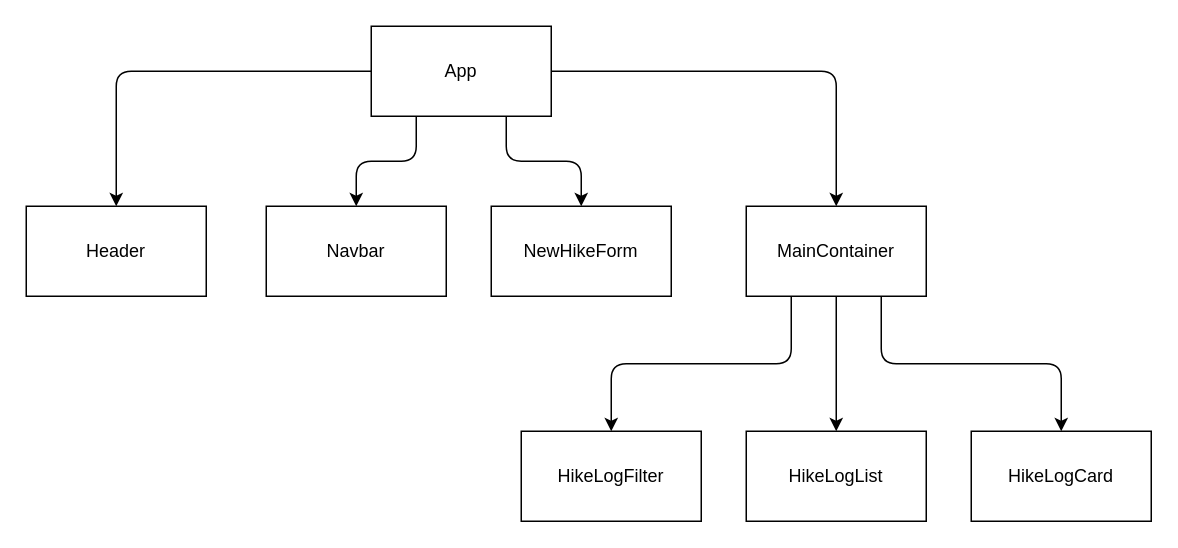
Stelluuh/Phase-2-Project-VentureLog keeps this draw.io diagram as Hierarchy.drawio. Above is the earlier version. Source tidied: cells renumbered, new cells numbered last; positions are measured from the earlier drawing's top-left corner, leaving out a move shared by most shapes. Both pictures are drawn from the tidied source at 150%, with x=0, y=0 at pixel (26, 26).
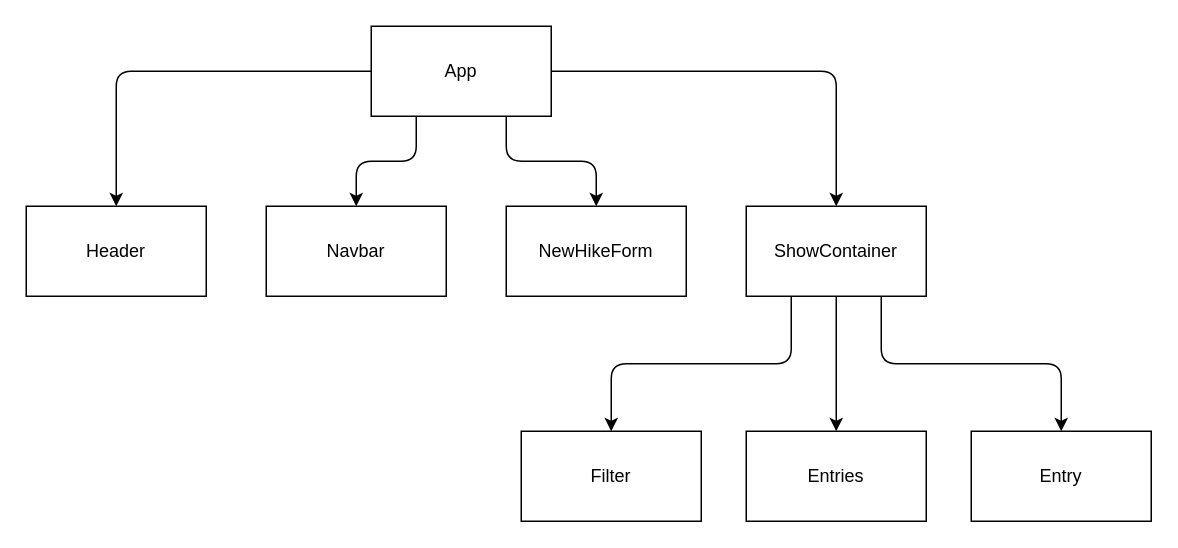
The same diagram, later.

Commit message:
add notes to component hierarchy

Diff of the diagram source:
```diff
@@
 <mxGraphModel>
   <root>
     <mxCell id="0" />
     <mxCell id="1" parent="0" />
     <mxCell id="2" style="edgeStyle=orthogonalEdgeStyle;html=1;exitX=0.25;exitY=1;exitDx=0;exitDy=0;" parent="1" edge="1" source="6" target="8">
       <mxGeometry relative="1" as="geometry" />
     </mxCell>
     <mxCell id="3" style="edgeStyle=orthogonalEdgeStyle;html=1;exitX=0.75;exitY=1;exitDx=0;exitDy=0;entryX=0.5;entryY=0;entryDx=0;entryDy=0;" parent="1" edge="1" source="6" target="9">
       <mxGeometry relative="1" as="geometry" />
     </mxCell>
     <mxCell id="4" style="edgeStyle=orthogonalEdgeStyle;html=1;entryX=0.5;entryY=0;entryDx=0;entryDy=0;" parent="1" edge="1" source="6" target="13">
       <mxGeometry relative="1" as="geometry" />
     </mxCell>
     <mxCell id="5" style="edgeStyle=orthogonalEdgeStyle;html=1;exitX=0;exitY=0.5;exitDx=0;exitDy=0;entryX=0.5;entryY=0;entryDx=0;entryDy=0;" parent="1" edge="1" source="6" target="7">
       <mxGeometry relative="1" as="geometry" />
     </mxCell>
     <mxCell id="6" value="App" style="whiteSpace=wrap;html=1;" parent="1" vertex="1">
       <mxGeometry x="230" width="120" height="60" as="geometry" />
     </mxCell>
     <mxCell id="7" value="Header" style="whiteSpace=wrap;html=1;" parent="1" vertex="1">
       <mxGeometry y="120" width="120" height="60" as="geometry" />
     </mxCell>
     <mxCell id="8" value="Navbar" style="whiteSpace=wrap;html=1;" parent="1" vertex="1">
       <mxGeometry x="160" y="120" width="120" height="60" as="geometry" />
     </mxCell>
     <mxCell id="9" value="NewHikeForm" style="whiteSpace=wrap;html=1;" parent="1" vertex="1">
-      <mxGeometry x="310" y="120" width="120" height="60" as="geometry" />
+      <mxGeometry x="320" y="120" width="120" height="60" as="geometry" />
     </mxCell>
     <mxCell id="10" style="edgeStyle=orthogonalEdgeStyle;html=1;exitX=0.25;exitY=1;exitDx=0;exitDy=0;" parent="1" edge="1" source="13" target="14">
       <mxGeometry relative="1" as="geometry" />
     </mxCell>
     <mxCell id="11" style="edgeStyle=orthogonalEdgeStyle;html=1;exitX=0.75;exitY=1;exitDx=0;exitDy=0;entryX=0.5;entryY=0;entryDx=0;entryDy=0;" parent="1" edge="1" source="13" target="16">
       <mxGeometry relative="1" as="geometry" />
     </mxCell>
     <mxCell id="12" style="edgeStyle=orthogonalEdgeStyle;html=1;" parent="1" edge="1" source="13" target="15">
       <mxGeometry relative="1" as="geometry" />
     </mxCell>
-    <mxCell id="13" value="MainContainer" style="whiteSpace=wrap;html=1;" parent="1" vertex="1">
+    <mxCell id="13" value="ShowContainer" style="whiteSpace=wrap;html=1;" parent="1" vertex="1">
       <mxGeometry x="480" y="120" width="120" height="60" as="geometry" />
     </mxCell>
-    <mxCell id="14" value="HikeLogFilter" style="whiteSpace=wrap;html=1;" parent="1" vertex="1">
+    <mxCell id="14" value="Filter" style="whiteSpace=wrap;html=1;" parent="1" vertex="1">
       <mxGeometry x="330" y="270" width="120" height="60" as="geometry" />
     </mxCell>
-    <mxCell id="15" value="HikeLogList" style="whiteSpace=wrap;html=1;" parent="1" vertex="1">
+    <mxCell id="15" value="Entries" style="whiteSpace=wrap;html=1;" parent="1" vertex="1">
       <mxGeometry x="480" y="270" width="120" height="60" as="geometry" />
     </mxCell>
-    <mxCell id="16" value="HikeLogCard" style="whiteSpace=wrap;html=1;" parent="1" vertex="1">
+    <mxCell id="16" value="Entry" style="whiteSpace=wrap;html=1;" parent="1" vertex="1">
       <mxGeometry x="630" y="270" width="120" height="60" as="geometry" />
     </mxCell>
   </root>
 </mxGraphModel>
```
